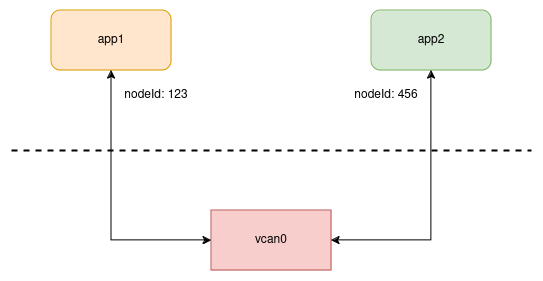
Above: docs/assets/isotp-point-2-point.drawio.png in da0p/GithubPage (draw.io), before the change. Source tidied: cells renumbered, new cells last; positions are measured from the earlier drawing's top-left corner, leaving out a move shared by most shapes. The source it was exported from:
```xml
<mxGraphModel>
  <root>
    <mxCell id="0" />
    <mxCell id="1" parent="0" />
    <mxCell id="2" value="app1" style="rounded=1;whiteSpace=wrap;html=1;fillColor=#ffe6cc;strokeColor=#d79b00;" parent="1" vertex="1">
      <mxGeometry x="40" width="120" height="60" as="geometry" />
    </mxCell>
    <mxCell id="3" value="app2" style="rounded=1;whiteSpace=wrap;html=1;fillColor=#d5e8d4;strokeColor=#82b366;" parent="1" vertex="1">
      <mxGeometry x="360" width="120" height="60" as="geometry" />
    </mxCell>
    <mxCell id="4" value="vcan0" style="rounded=0;whiteSpace=wrap;html=1;fillColor=#f8cecc;strokeColor=#b85450;" parent="1" vertex="1">
      <mxGeometry x="200" y="200" width="120" height="60" as="geometry" />
    </mxCell>
    <mxCell id="5" value="nodeId: 123" style="text;html=1;align=center;verticalAlign=middle;whiteSpace=wrap;rounded=0;" parent="1" vertex="1">
      <mxGeometry x="100" y="70" width="90" height="30" as="geometry" />
    </mxCell>
    <mxCell id="6" style="endArrow=classic;startArrow=classic;html=1;rounded=0;exitX=0.5;exitY=1;exitDx=0;exitDy=0;entryX=0;entryY=0.5;entryDx=0;entryDy=0;" parent="1" edge="1" source="2" target="4">
      <mxGeometry relative="1" as="geometry">
        <Array as="points">
          <mxPoint x="100" y="230" />
        </Array>
      </mxGeometry>
    </mxCell>
    <mxCell id="7" style="endArrow=classic;startArrow=classic;html=1;rounded=0;entryX=0.5;entryY=1;entryDx=0;entryDy=0;exitX=1;exitY=0.5;exitDx=0;exitDy=0;" parent="1" edge="1" source="4" target="3">
      <mxGeometry relative="1" as="geometry">
        <Array as="points">
          <mxPoint x="420" y="230" />
        </Array>
      </mxGeometry>
    </mxCell>
    <mxCell id="8" value="nodeId: 456" style="text;html=1;align=center;verticalAlign=middle;whiteSpace=wrap;rounded=0;" parent="1" vertex="1">
      <mxGeometry x="330" y="70" width="90" height="30" as="geometry" />
    </mxCell>
    <mxCell id="9" style="endArrow=none;html=1;rounded=0;dashed=1;strokeWidth=2;" parent="1" edge="1">
      <mxGeometry relative="1" as="geometry">
        <mxPoint y="140" as="sourcePoint" />
        <mxPoint x="520" y="140" as="targetPoint" />
      </mxGeometry>
    </mxCell>
  </root>
</mxGraphModel>
```
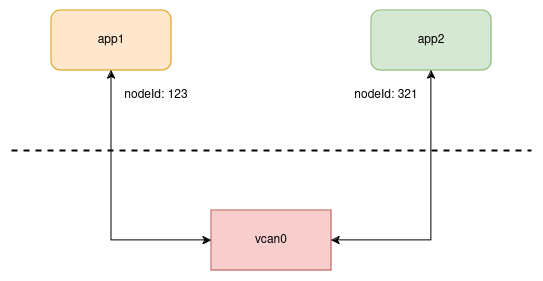
Later version of the same file.

Diff of the diagram source:
```diff
@@ -28,7 +28,7 @@
         </Array>
       </mxGeometry>
     </mxCell>
-    <mxCell id="8" value="nodeId: 456" style="text;html=1;align=center;verticalAlign=middle;whiteSpace=wrap;rounded=0;" parent="1" vertex="1">
+    <mxCell id="8" value="nodeId: 321" style="text;html=1;align=center;verticalAlign=middle;whiteSpace=wrap;rounded=0;" parent="1" vertex="1">
       <mxGeometry x="330" y="70" width="90" height="30" as="geometry" />
     </mxCell>
     <mxCell id="9" style="endArrow=none;html=1;rounded=0;dashed=1;strokeWidth=2;" parent="1" edge="1">
```
